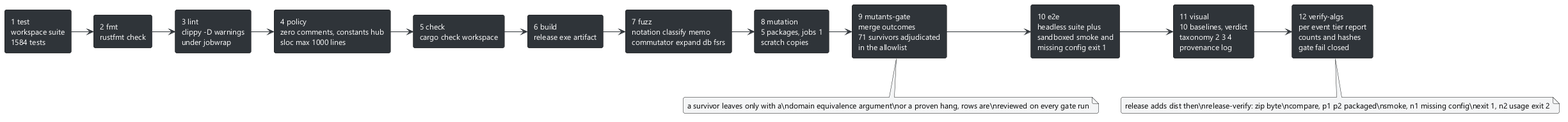
Above: docs/diagrams/10-verification-chain.png in lavantien/blind-trainer (PlantUML), before the change. Source of this version:
```plantuml
@startuml 10-verification-chain
skinparam backgroundColor #FFFFFF
skinparam defaultFontName Segoe UI
skinparam defaultFontSize 12
skinparam roundCorner 6
skinparam ArrowColor #2f3439
skinparam rectangleBackgroundColor #2f3439
skinparam rectangleFontColor #FFFFFF
skinparam NoteBackgroundColor #f4f5f6
rectangle "1 test\nworkspace suite\n1584 tests" as s1
rectangle "2 fmt\nrustfmt check" as s2
rectangle "3 lint\nclippy -D warnings\nunder jobwrap" as s3
rectangle "4 policy\nzero comments, constants hub\nsloc max 1000 lines" as s4
rectangle "5 check\ncargo check workspace" as s5
rectangle "6 build\nrelease exe artifact" as s6
rectangle "7 fuzz\nnotation classify memo\ncommutator expand db fsrs" as s7
rectangle "8 mutation\n5 packages, jobs 1\nscratch copies" as s8
rectangle "9 mutants-gate\nmerge outcomes\n71 survivors adjudicated\nin the allowlist" as s9
rectangle "10 e2e\nheadless suite plus\nsandboxed smoke and\nmissing config exit 1" as s10
rectangle "11 visual\n10 baselines, verdict\ntaxonomy 2 3 4\nprovenance log" as s11
rectangle "12 verify-algs\nper event tier report\ncounts and hashes\ngate fail closed" as s12
s1 -> s2
s2 -> s3
s3 -> s4
s4 -> s5
s5 -> s6
s6 -> s7
s7 -> s8
s8 -> s9
s9 -> s10
s10 -> s11
s11 -> s12
note bottom of s9
  a survivor leaves only with a\ndomain equivalence argument\nor a proven hang, rows are\nreviewed on every gate run
end note
note bottom of s12
  release adds dist then\nrelease-verify: zip byte\ncompare, p1 p2 packaged\nsmoke, n1 missing config\nexit 1, n2 usage exit 2
end note
@enduml
```
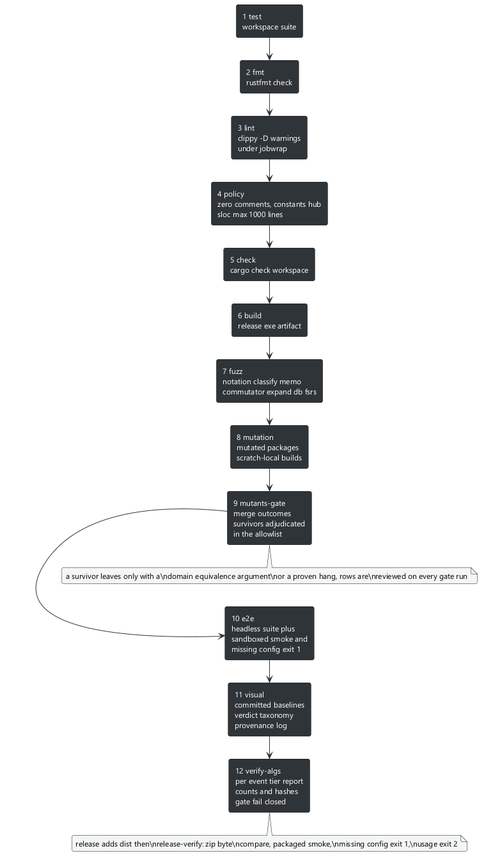
After the commit.

Diff of the diagram source:
```diff
@@ -1,4 +1,5 @@
 @startuml 10-verification-chain
+left to right direction
 skinparam backgroundColor #FFFFFF
 skinparam defaultFontName Segoe UI
 skinparam defaultFontSize 12
@@ -7,17 +8,17 @@
 skinparam rectangleBackgroundColor #2f3439
 skinparam rectangleFontColor #FFFFFF
 skinparam NoteBackgroundColor #f4f5f6
-rectangle "1 test\nworkspace suite\n1584 tests" as s1
+rectangle "1 test\nworkspace suite" as s1
 rectangle "2 fmt\nrustfmt check" as s2
 rectangle "3 lint\nclippy -D warnings\nunder jobwrap" as s3
 rectangle "4 policy\nzero comments, constants hub\nsloc max 1000 lines" as s4
 rectangle "5 check\ncargo check workspace" as s5
 rectangle "6 build\nrelease exe artifact" as s6
 rectangle "7 fuzz\nnotation classify memo\ncommutator expand db fsrs" as s7
-rectangle "8 mutation\n5 packages, jobs 1\nscratch copies" as s8
-rectangle "9 mutants-gate\nmerge outcomes\n71 survivors adjudicated\nin the allowlist" as s9
+rectangle "8 mutation\nmutated packages\nscratch-local builds" as s8
+rectangle "9 mutants-gate\nmerge outcomes\nsurvivors adjudicated\nin the allowlist" as s9
 rectangle "10 e2e\nheadless suite plus\nsandboxed smoke and\nmissing config exit 1" as s10
-rectangle "11 visual\n10 baselines, verdict\ntaxonomy 2 3 4\nprovenance log" as s11
+rectangle "11 visual\ncommitted baselines\nverdict taxonomy\nprovenance log" as s11
 rectangle "12 verify-algs\nper event tier report\ncounts and hashes\ngate fail closed" as s12
 s1 -> s2
 s2 -> s3
@@ -34,6 +35,6 @@
   a survivor leaves only with a\ndomain equivalence argument\nor a proven hang, rows are\nreviewed on every gate run
 end note
 note bottom of s12
-  release adds dist then\nrelease-verify: zip byte\ncompare, p1 p2 packaged\nsmoke, n1 missing config\nexit 1, n2 usage exit 2
+  release adds dist then\nrelease-verify: zip byte\ncompare, packaged smoke,\nmissing config exit 1,\nusage exit 2
 end note
 @enduml
```
